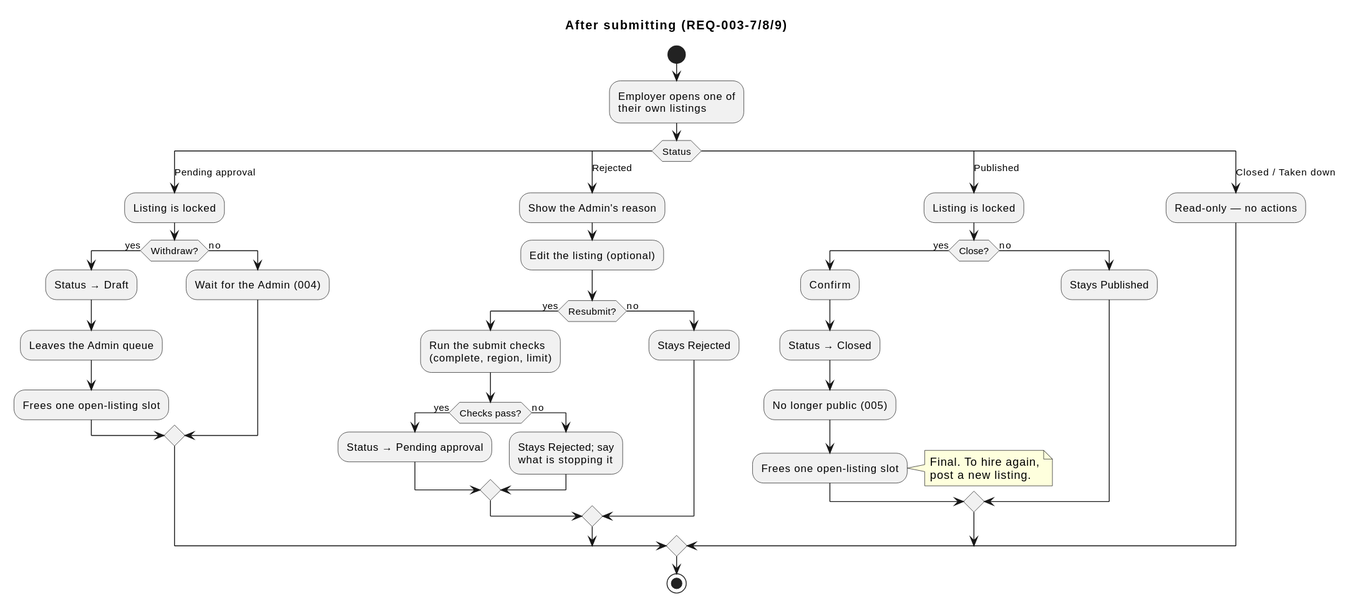
Earlier version of the PlantUML export docs/specs/003-listings-employer-posting/diagrams/activity-after-submitting.svg (raseniero/jairojobs-elixir). Its diagram source:
```plantuml
@startuml
title After submitting (REQ-003-7/8/9)

start
:Employer opens one of
their own listings;
switch (Status)
case (Pending approval)
  :Listing is locked;
  if (Withdraw?) then (yes)
    :Status → Draft;
    :Leaves the Admin queue;
    :Frees one open-listing slot;
  else (no)
    :Wait for the Admin (004);
  endif
case (Rejected)
  :Show the Admin's reason;
  :Edit the listing (optional);
  if (Resubmit?) then (yes)
    :Run the submit checks
    (complete, region, limit);
    if (Checks pass?) then (yes)
      :Status → Pending approval;
    else (no)
      :Stays Rejected; say
      what is stopping it;
    endif
  else (no)
    :Stays Rejected;
  endif
case (Published)
  :Listing is locked;
  if (Close?) then (yes)
    :Confirm;
    :Status → Closed;
    :No longer public (005);
    :Frees one open-listing slot;
    note right
      Final. To hire again,
      post a new listing.
    end note
  else (no)
    :Stays Published;
  endif
case (Closed / Taken down)
  :Read-only — no actions;
endswitch
stop
@enduml
```
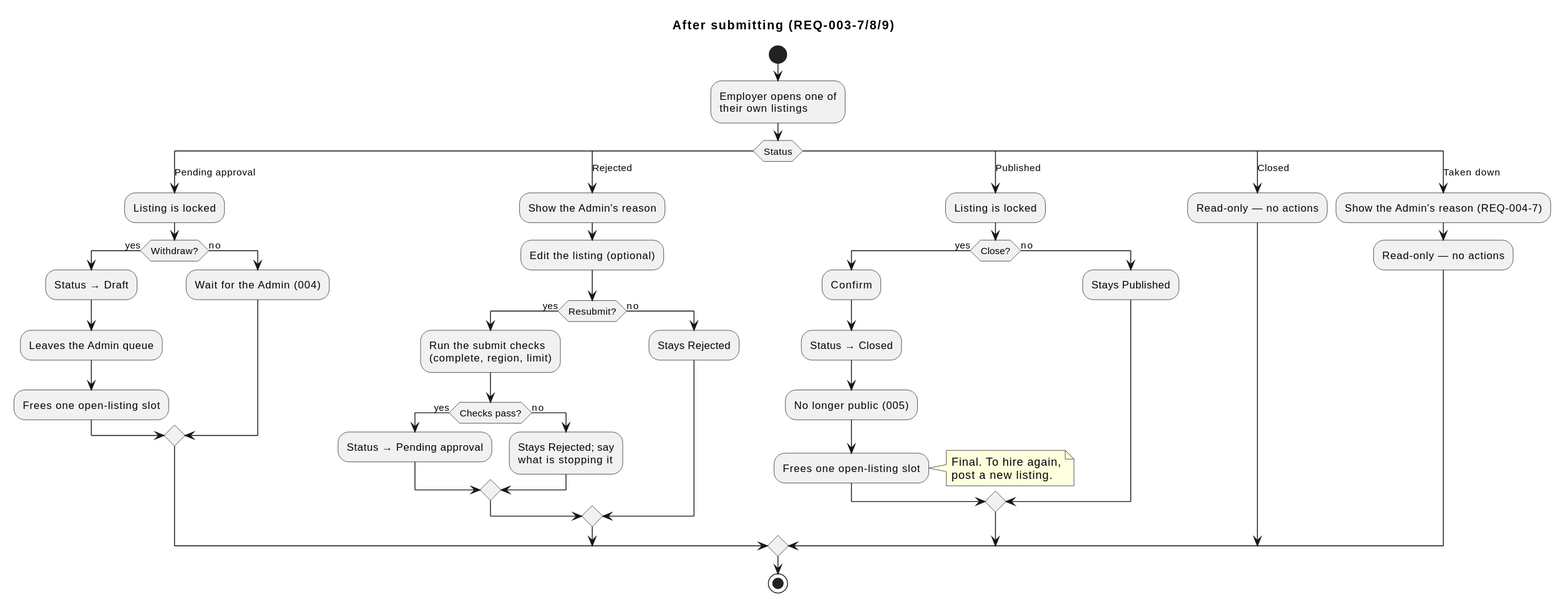
Later version of the same file.

Diff of the diagram source:
```diff
@@ -43,7 +43,10 @@
   else (no)
     :Stays Published;
   endif
-case (Closed / Taken down)
+case (Closed)
+  :Read-only — no actions;
+case (Taken down)
+  :Show the Admin's reason (REQ-004-7);
   :Read-only — no actions;
 endswitch
 stop
```
